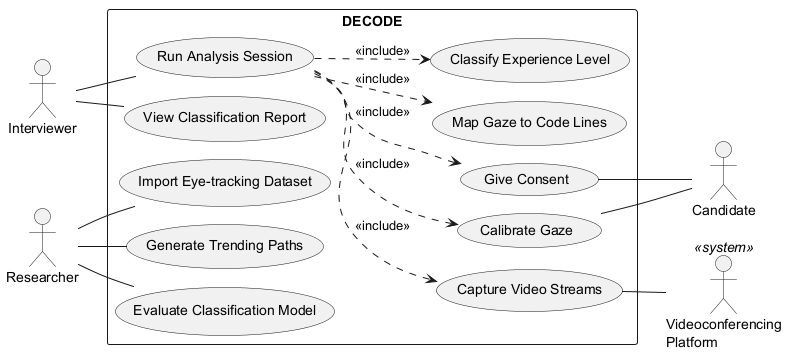
memoksin/DECODE keeps this PlantUML diagram as docs/srs/use-case-diagram.png. Above is the earlier version.
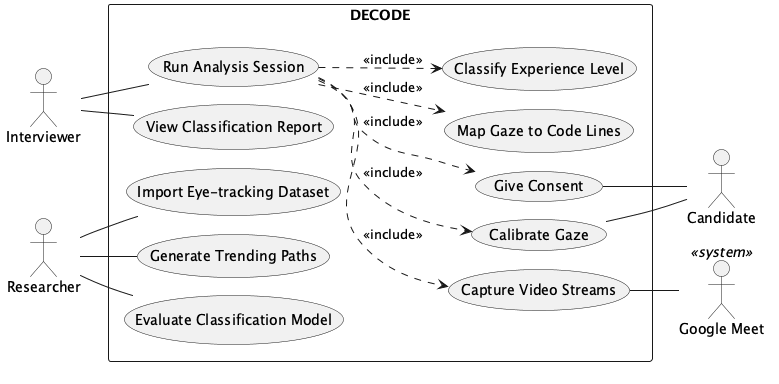
The same file after the commit.

Commit message:
docs: name Google Meet as the platform actor in use case drafts (DEC-24)

The edit, as a diff of the source:
```diff
@@ -7,7 +7,7 @@
 actor "Candidate" as Candidate
 actor "Interviewer" as Interviewer
 actor "Researcher" as Researcher
-actor "Videoconferencing\nPlatform" as Platform <<system>>
+actor "Google Meet" as Platform <<system>>
 
 rectangle "DECODE" {
   usecase "Give Consent" as UC02
```
